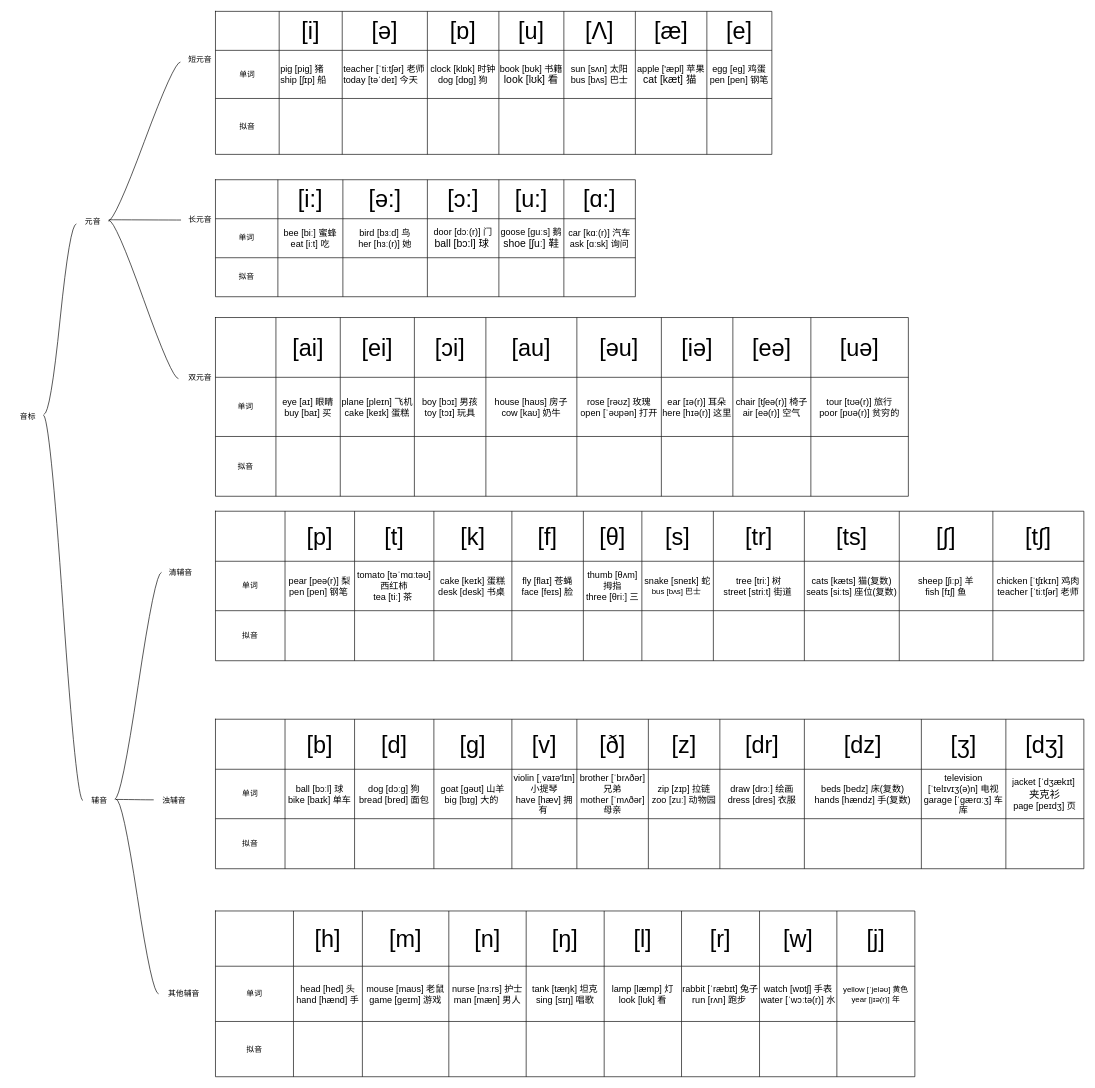
Before: page "第 2 页" (2 of 2) of 未命名表单.drawio in gituserc123/HelloWorld, a draw.io diagram. Source tidied: cells renumbered, new cells numbered last; positions are measured from the earlier drawing's top-left corner, leaving out a move shared by most shapes. Both pictures are drawn from the tidied source at 65%, with x=0, y=0 at pixel (11, 11).
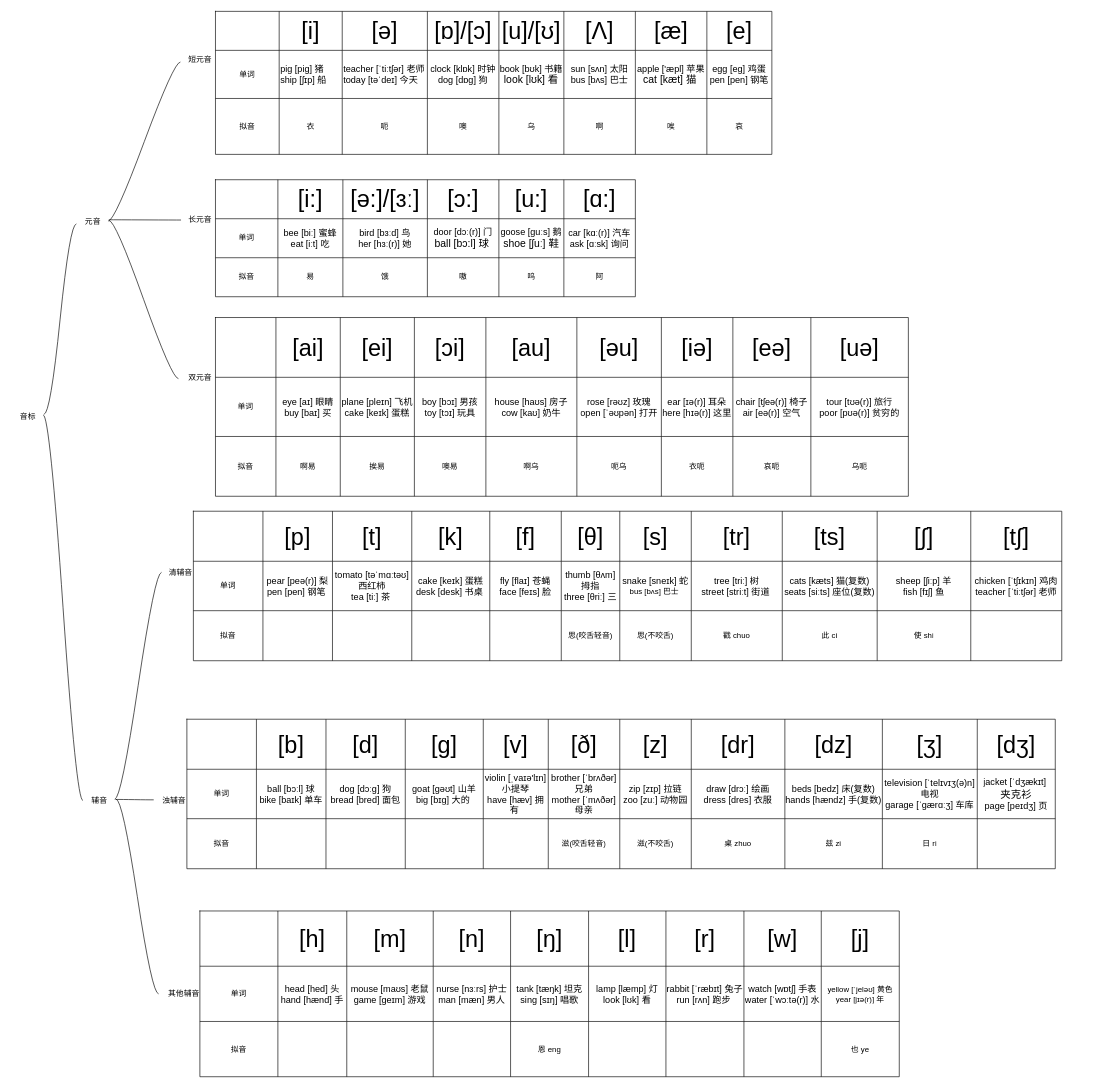
After the change.

Commit message (it also covers changes not shown here):
更新未命名表单.drawio

The change refers to these unchanged cells:
```xml
<mxCell id="15" style="shape=tableRow;horizontal=0;startSize=0;swimlaneHead=0;swimlaneBody=0;strokeColor=inherit;top=0;left=0;bottom=0;right=0;fillColor=none;" parent="14" vertex="1">
  <mxGeometry width="856" height="60" as="geometry" />
</mxCell>
<mxCell id="33" style="shape=tableRow;horizontal=0;startSize=0;swimlaneHead=0;swimlaneBody=0;strokeColor=inherit;top=0;left=0;bottom=0;right=0;fillColor=none;" parent="14" vertex="1">
  <mxGeometry y="134" width="856" height="86" as="geometry" />
</mxCell>
<mxCell id="43" style="shape=tableRow;horizontal=0;startSize=0;swimlaneHead=0;swimlaneBody=0;strokeColor=inherit;top=0;left=0;bottom=0;right=0;fillColor=none;" parent="42" vertex="1">
  <mxGeometry width="646" height="60" as="geometry" />
</mxCell>
<mxCell id="57" style="shape=tableRow;horizontal=0;startSize=0;swimlaneHead=0;swimlaneBody=0;strokeColor=inherit;top=0;left=0;bottom=0;right=0;fillColor=none;" parent="42" vertex="1">
  <mxGeometry y="120" width="646" height="60" as="geometry" />
</mxCell>
<mxCell id="85" style="shape=tableRow;horizontal=0;startSize=0;swimlaneHead=0;swimlaneBody=0;strokeColor=inherit;top=0;left=0;bottom=0;right=0;fillColor=none;" parent="64" vertex="1">
  <mxGeometry y="183" width="1066" height="92" as="geometry" />
</mxCell>
<mxCell id="120" style="shape=tableRow;horizontal=0;startSize=0;swimlaneHead=0;swimlaneBody=0;strokeColor=inherit;top=0;left=0;bottom=0;right=0;fillColor=none;" parent="95" vertex="1">
  <mxGeometry y="153" width="1336" height="77" as="geometry" />
</mxCell>
<mxCell id="138" style="shape=tableRow;horizontal=0;startSize=0;swimlaneHead=0;swimlaneBody=0;strokeColor=inherit;top=0;left=0;bottom=0;right=0;fillColor=none;" parent="137" vertex="1">
  <mxGeometry width="1336" height="77" as="geometry" />
</mxCell>
<mxCell id="150" style="shape=tableRow;horizontal=0;startSize=0;swimlaneHead=0;swimlaneBody=0;strokeColor=inherit;top=0;left=0;bottom=0;right=0;fillColor=none;" parent="137" vertex="1">
  <mxGeometry y="77" width="1336" height="76" as="geometry" />
</mxCell>
<mxCell id="162" style="shape=tableRow;horizontal=0;startSize=0;swimlaneHead=0;swimlaneBody=0;strokeColor=inherit;top=0;left=0;bottom=0;right=0;fillColor=none;" parent="137" vertex="1">
  <mxGeometry y="153" width="1336" height="77" as="geometry" />
</mxCell>
<mxCell id="195" style="shape=tableRow;horizontal=0;startSize=0;swimlaneHead=0;swimlaneBody=0;strokeColor=inherit;top=0;left=0;bottom=0;right=0;fillColor=none;" parent="174" vertex="1">
  <mxGeometry y="170" width="1076" height="85" as="geometry" />
</mxCell>
```

What changed in the source:
```diff
@@
-    <mxCell id="19" value="&lt;font style=&quot;font-size: 36px;&quot;&gt;[ɒ]&lt;/font&gt;" style="shape=partialRectangle;html=1;whiteSpace=wrap;strokeColor=inherit;overflow=hidden;fillColor=none;top=0;left=0;bottom=0;right=0;" parent="15" vertex="1">
+    <mxCell id="19" value="&lt;font style=&quot;font-size: 36px;&quot;&gt;[ɒ]/[ɔ]&lt;/font&gt;" style="shape=partialRectangle;html=1;whiteSpace=wrap;strokeColor=inherit;overflow=hidden;fillColor=none;top=0;left=0;bottom=0;right=0;" parent="15" vertex="1">
       <mxGeometry x="326" width="110" height="60" as="geometry" />
     </mxCell>
-    <mxCell id="20" value="&lt;font style=&quot;font-size: 36px;&quot;&gt;[u]&lt;/font&gt;" style="shape=partialRectangle;html=1;whiteSpace=wrap;strokeColor=inherit;overflow=hidden;fillColor=none;top=0;left=0;bottom=0;right=0;" parent="15" vertex="1">
+    <mxCell id="20" value="&lt;font style=&quot;font-size: 36px;&quot;&gt;[u]/[ʊ]&lt;/font&gt;" style="shape=partialRectangle;html=1;whiteSpace=wrap;strokeColor=inherit;overflow=hidden;fillColor=none;top=0;left=0;bottom=0;right=0;" parent="15" vertex="1">
       <mxGeometry x="436" width="100" height="60" as="geometry" />
     </mxCell>
@@
-    <mxCell id="35" style="shape=partialRectangle;html=1;whiteSpace=wrap;strokeColor=inherit;overflow=hidden;fillColor=none;top=0;left=0;bottom=0;right=0;" parent="33" vertex="1">
+    <mxCell id="35" value="衣" style="shape=partialRectangle;html=1;whiteSpace=wrap;strokeColor=inherit;overflow=hidden;fillColor=none;top=0;left=0;bottom=0;right=0;" parent="33" vertex="1">
       <mxGeometry x="98" width="97" height="86" as="geometry" />
     </mxCell>
-    <mxCell id="36" style="shape=partialRectangle;html=1;whiteSpace=wrap;strokeColor=inherit;overflow=hidden;fillColor=none;top=0;left=0;bottom=0;right=0;" parent="33" vertex="1">
+    <mxCell id="36" value="呃" style="shape=partialRectangle;html=1;whiteSpace=wrap;strokeColor=inherit;overflow=hidden;fillColor=none;top=0;left=0;bottom=0;right=0;" parent="33" vertex="1">
       <mxGeometry x="195" width="131" height="86" as="geometry" />
     </mxCell>
-    <mxCell id="37" style="shape=partialRectangle;html=1;whiteSpace=wrap;strokeColor=inherit;overflow=hidden;fillColor=none;top=0;left=0;bottom=0;right=0;" parent="33" vertex="1">
+    <mxCell id="37" value="噢" style="shape=partialRectangle;html=1;whiteSpace=wrap;strokeColor=inherit;overflow=hidden;fillColor=none;top=0;left=0;bottom=0;right=0;" parent="33" vertex="1">
       <mxGeometry x="326" width="110" height="86" as="geometry" />
     </mxCell>
-    <mxCell id="38" style="shape=partialRectangle;html=1;whiteSpace=wrap;strokeColor=inherit;overflow=hidden;fillColor=none;top=0;left=0;bottom=0;right=0;" parent="33" vertex="1">
+    <mxCell id="38" value="乌" style="shape=partialRectangle;html=1;whiteSpace=wrap;strokeColor=inherit;overflow=hidden;fillColor=none;top=0;left=0;bottom=0;right=0;" parent="33" vertex="1">
       <mxGeometry x="436" width="100" height="86" as="geometry" />
     </mxCell>
-    <mxCell id="39" style="shape=partialRectangle;html=1;whiteSpace=wrap;strokeColor=inherit;overflow=hidden;fillColor=none;top=0;left=0;bottom=0;right=0;" parent="33" vertex="1">
+    <mxCell id="39" value="啊" style="shape=partialRectangle;html=1;whiteSpace=wrap;strokeColor=inherit;overflow=hidden;fillColor=none;top=0;left=0;bottom=0;right=0;" parent="33" vertex="1">
       <mxGeometry x="536" width="110" height="86" as="geometry" />
     </mxCell>
-    <mxCell id="40" style="shape=partialRectangle;html=1;whiteSpace=wrap;strokeColor=inherit;overflow=hidden;fillColor=none;top=0;left=0;bottom=0;right=0;" parent="33" vertex="1">
+    <mxCell id="40" value="唉" style="shape=partialRectangle;html=1;whiteSpace=wrap;strokeColor=inherit;overflow=hidden;fillColor=none;top=0;left=0;bottom=0;right=0;" parent="33" vertex="1">
       <mxGeometry x="646" width="110" height="86" as="geometry" />
     </mxCell>
-    <mxCell id="41" style="shape=partialRectangle;html=1;whiteSpace=wrap;strokeColor=inherit;overflow=hidden;fillColor=none;top=0;left=0;bottom=0;right=0;" parent="33" vertex="1">
+    <mxCell id="41" value="哀" style="shape=partialRectangle;html=1;whiteSpace=wrap;strokeColor=inherit;overflow=hidden;fillColor=none;top=0;left=0;bottom=0;right=0;" parent="33" vertex="1">
       <mxGeometry x="756" width="100" height="86" as="geometry" />
     </mxCell>
@@
-    <mxCell id="46" value="&lt;font style=&quot;font-size: 36px;&quot;&gt;[ə:]&lt;/font&gt;" style="shape=partialRectangle;html=1;whiteSpace=wrap;strokeColor=inherit;overflow=hidden;fillColor=none;top=0;left=0;bottom=0;right=0;" parent="43" vertex="1">
+    <mxCell id="46" value="&lt;font style=&quot;font-size: 36px;&quot;&gt;[ə:]/[ɜː]&lt;/font&gt;" style="shape=partialRectangle;html=1;whiteSpace=wrap;strokeColor=inherit;overflow=hidden;fillColor=none;top=0;left=0;bottom=0;right=0;" parent="43" vertex="1">
       <mxGeometry x="196" width="130" height="60" as="geometry" />
     </mxCell>
@@
-    <mxCell id="59" style="shape=partialRectangle;html=1;whiteSpace=wrap;strokeColor=inherit;overflow=hidden;fillColor=none;top=0;left=0;bottom=0;right=0;" parent="57" vertex="1">
+    <mxCell id="59" value="易" style="shape=partialRectangle;html=1;whiteSpace=wrap;strokeColor=inherit;overflow=hidden;fillColor=none;top=0;left=0;bottom=0;right=0;" parent="57" vertex="1">
       <mxGeometry x="96" width="100" height="60" as="geometry" />
     </mxCell>
-    <mxCell id="60" style="shape=partialRectangle;html=1;whiteSpace=wrap;strokeColor=inherit;overflow=hidden;fillColor=none;top=0;left=0;bottom=0;right=0;" parent="57" vertex="1">
+    <mxCell id="60" value="饿" style="shape=partialRectangle;html=1;whiteSpace=wrap;strokeColor=inherit;overflow=hidden;fillColor=none;top=0;left=0;bottom=0;right=0;" parent="57" vertex="1">
       <mxGeometry x="196" width="130" height="60" as="geometry" />
     </mxCell>
-    <mxCell id="61" style="shape=partialRectangle;html=1;whiteSpace=wrap;strokeColor=inherit;overflow=hidden;fillColor=none;top=0;left=0;bottom=0;right=0;" parent="57" vertex="1">
+    <mxCell id="61" value="嗷" style="shape=partialRectangle;html=1;whiteSpace=wrap;strokeColor=inherit;overflow=hidden;fillColor=none;top=0;left=0;bottom=0;right=0;" parent="57" vertex="1">
       <mxGeometry x="326" width="110" height="60" as="geometry" />
     </mxCell>
-    <mxCell id="62" style="shape=partialRectangle;html=1;whiteSpace=wrap;strokeColor=inherit;overflow=hidden;fillColor=none;top=0;left=0;bottom=0;right=0;" parent="57" vertex="1">
+    <mxCell id="62" value="呜" style="shape=partialRectangle;html=1;whiteSpace=wrap;strokeColor=inherit;overflow=hidden;fillColor=none;top=0;left=0;bottom=0;right=0;" parent="57" vertex="1">
       <mxGeometry x="436" width="100" height="60" as="geometry" />
     </mxCell>
-    <mxCell id="63" style="shape=partialRectangle;html=1;whiteSpace=wrap;strokeColor=inherit;overflow=hidden;fillColor=none;top=0;left=0;bottom=0;right=0;" parent="57" vertex="1">
+    <mxCell id="63" value="阿" style="shape=partialRectangle;html=1;whiteSpace=wrap;strokeColor=inherit;overflow=hidden;fillColor=none;top=0;left=0;bottom=0;right=0;" parent="57" vertex="1">
       <mxGeometry x="536" width="110" height="60" as="geometry" />
     </mxCell>
@@
-    <mxCell id="87" style="shape=partialRectangle;html=1;whiteSpace=wrap;strokeColor=inherit;overflow=hidden;fillColor=none;top=0;left=0;bottom=0;right=0;" parent="85" vertex="1">
+    <mxCell id="87" value="啊易" style="shape=partialRectangle;html=1;whiteSpace=wrap;strokeColor=inherit;overflow=hidden;fillColor=none;top=0;left=0;bottom=0;right=0;" parent="85" vertex="1">
       <mxGeometry x="93" width="99" height="92" as="geometry" />
     </mxCell>
-    <mxCell id="88" style="shape=partialRectangle;html=1;whiteSpace=wrap;strokeColor=inherit;overflow=hidden;fillColor=none;top=0;left=0;bottom=0;right=0;" parent="85" vertex="1">
+    <mxCell id="88" value="挨易" style="shape=partialRectangle;html=1;whiteSpace=wrap;strokeColor=inherit;overflow=hidden;fillColor=none;top=0;left=0;bottom=0;right=0;" parent="85" vertex="1">
       <mxGeometry x="192" width="114" height="92" as="geometry" />
     </mxCell>
-    <mxCell id="89" style="shape=partialRectangle;html=1;whiteSpace=wrap;strokeColor=inherit;overflow=hidden;fillColor=none;top=0;left=0;bottom=0;right=0;" parent="85" vertex="1">
+    <mxCell id="89" value="噢易" style="shape=partialRectangle;html=1;whiteSpace=wrap;strokeColor=inherit;overflow=hidden;fillColor=none;top=0;left=0;bottom=0;right=0;" parent="85" vertex="1">
       <mxGeometry x="306" width="110" height="92" as="geometry" />
     </mxCell>
-    <mxCell id="90" style="shape=partialRectangle;html=1;whiteSpace=wrap;strokeColor=inherit;overflow=hidden;fillColor=none;top=0;left=0;bottom=0;right=0;" parent="85" vertex="1">
+    <mxCell id="90" value="啊乌" style="shape=partialRectangle;html=1;whiteSpace=wrap;strokeColor=inherit;overflow=hidden;fillColor=none;top=0;left=0;bottom=0;right=0;" parent="85" vertex="1">
       <mxGeometry x="416" width="140" height="92" as="geometry" />
     </mxCell>
-    <mxCell id="91" style="shape=partialRectangle;html=1;whiteSpace=wrap;strokeColor=inherit;overflow=hidden;fillColor=none;top=0;left=0;bottom=0;right=0;" parent="85" vertex="1">
+    <mxCell id="91" value="呃乌" style="shape=partialRectangle;html=1;whiteSpace=wrap;strokeColor=inherit;overflow=hidden;fillColor=none;top=0;left=0;bottom=0;right=0;" parent="85" vertex="1">
       <mxGeometry x="556" width="130" height="92" as="geometry" />
     </mxCell>
-    <mxCell id="92" style="shape=partialRectangle;html=1;whiteSpace=wrap;strokeColor=inherit;overflow=hidden;fillColor=none;top=0;left=0;bottom=0;right=0;" parent="85" vertex="1">
+    <mxCell id="92" value="衣呃" style="shape=partialRectangle;html=1;whiteSpace=wrap;strokeColor=inherit;overflow=hidden;fillColor=none;top=0;left=0;bottom=0;right=0;" parent="85" vertex="1">
       <mxGeometry x="686" width="110" height="92" as="geometry" />
     </mxCell>
-    <mxCell id="93" style="shape=partialRectangle;html=1;whiteSpace=wrap;strokeColor=inherit;overflow=hidden;fillColor=none;top=0;left=0;bottom=0;right=0;" parent="85" vertex="1">
+    <mxCell id="93" value="哀呃" style="shape=partialRectangle;html=1;whiteSpace=wrap;strokeColor=inherit;overflow=hidden;fillColor=none;top=0;left=0;bottom=0;right=0;" parent="85" vertex="1">
       <mxGeometry x="796" width="120" height="92" as="geometry" />
     </mxCell>
-    <mxCell id="94" style="shape=partialRectangle;html=1;whiteSpace=wrap;strokeColor=inherit;overflow=hidden;fillColor=none;top=0;left=0;bottom=0;right=0;" parent="85" vertex="1">
+    <mxCell id="94" value="乌呃" style="shape=partialRectangle;html=1;whiteSpace=wrap;strokeColor=inherit;overflow=hidden;fillColor=none;top=0;left=0;bottom=0;right=0;" parent="85" vertex="1">
       <mxGeometry x="916" width="150" height="92" as="geometry" />
     </mxCell>
     <mxCell id="95" style="shape=table;startSize=0;childLayout=tableLayout;" parent="1" vertex="1">
-      <mxGeometry x="314" y="769" width="1336" height="230" as="geometry" />
+      <mxGeometry x="280" y="769" width="1336" height="230" as="geometry" />
     </mxCell>
@@
-    <mxCell id="126" style="shape=partialRectangle;html=1;whiteSpace=wrap;strokeColor=inherit;overflow=hidden;fillColor=none;top=0;left=0;bottom=0;right=0;" parent="120" vertex="1">
+    <mxCell id="126" value="思(咬舌轻音)" style="shape=partialRectangle;html=1;whiteSpace=wrap;strokeColor=inherit;overflow=hidden;fillColor=none;top=0;left=0;bottom=0;right=0;" parent="120" vertex="1">
       <mxGeometry x="566" width="90" height="77" as="geometry" />
     </mxCell>
-    <mxCell id="127" style="shape=partialRectangle;html=1;whiteSpace=wrap;strokeColor=inherit;overflow=hidden;fillColor=none;top=0;left=0;bottom=0;right=0;" parent="120" vertex="1">
+    <mxCell id="127" value="思(不咬舌)" style="shape=partialRectangle;html=1;whiteSpace=wrap;strokeColor=inherit;overflow=hidden;fillColor=none;top=0;left=0;bottom=0;right=0;" parent="120" vertex="1">
       <mxGeometry x="656" width="110" height="77" as="geometry" />
     </mxCell>
-    <mxCell id="128" style="shape=partialRectangle;html=1;whiteSpace=wrap;strokeColor=inherit;overflow=hidden;fillColor=none;top=0;left=0;bottom=0;right=0;" parent="120" vertex="1">
+    <mxCell id="128" value="戳 chuo" style="shape=partialRectangle;html=1;whiteSpace=wrap;strokeColor=inherit;overflow=hidden;fillColor=none;top=0;left=0;bottom=0;right=0;" parent="120" vertex="1">
       <mxGeometry x="766" width="140" height="77" as="geometry" />
     </mxCell>
-    <mxCell id="129" style="shape=partialRectangle;html=1;whiteSpace=wrap;strokeColor=inherit;overflow=hidden;fillColor=none;top=0;left=0;bottom=0;right=0;" parent="120" vertex="1">
+    <mxCell id="129" value="此 ci" style="shape=partialRectangle;html=1;whiteSpace=wrap;strokeColor=inherit;overflow=hidden;fillColor=none;top=0;left=0;bottom=0;right=0;" parent="120" vertex="1">
       <mxGeometry x="906" width="146" height="77" as="geometry" />
     </mxCell>
-    <mxCell id="130" style="shape=partialRectangle;html=1;whiteSpace=wrap;strokeColor=inherit;overflow=hidden;fillColor=none;top=0;left=0;bottom=0;right=0;" parent="120" vertex="1">
+    <mxCell id="130" value="使 shi" style="shape=partialRectangle;html=1;whiteSpace=wrap;strokeColor=inherit;overflow=hidden;fillColor=none;top=0;left=0;bottom=0;right=0;" parent="120" vertex="1">
       <mxGeometry x="1052" width="144" height="77" as="geometry" />
     </mxCell>
@@
     <mxCell id="137" style="shape=table;startSize=0;childLayout=tableLayout;" parent="1" vertex="1">
-      <mxGeometry x="314" y="1089" width="1336" height="230" as="geometry" />
+      <mxGeometry x="270" y="1089" width="1336" height="230" as="geometry" />
     </mxCell>
@@
     <mxCell id="146" value="&lt;font style=&quot;font-size: 36px;&quot;&gt;[dr]&lt;/font&gt;" style="shape=partialRectangle;html=1;whiteSpace=wrap;strokeColor=inherit;overflow=hidden;fillColor=none;top=0;left=0;bottom=0;right=0;" parent="138" vertex="1">
-      <mxGeometry x="776" width="130" height="77" as="geometry" />
+      <mxGeometry x="776" width="144" height="77" as="geometry" />
     </mxCell>
     <mxCell id="147" value="&lt;font style=&quot;font-size: 36px;&quot;&gt;[dz]&lt;/font&gt;" style="shape=partialRectangle;html=1;whiteSpace=wrap;strokeColor=inherit;overflow=hidden;fillColor=none;top=0;left=0;bottom=0;right=0;" parent="138" vertex="1">
-      <mxGeometry x="906" width="180" height="77" as="geometry" />
+      <mxGeometry x="920" width="150" height="77" as="geometry" />
     </mxCell>
     <mxCell id="148" value="&lt;font style=&quot;font-size: 36px;&quot;&gt;[ʒ]&lt;/font&gt;" style="shape=partialRectangle;html=1;whiteSpace=wrap;strokeColor=inherit;overflow=hidden;fillColor=none;top=0;left=0;bottom=0;right=0;" parent="138" vertex="1">
-      <mxGeometry x="1086" width="130" height="77" as="geometry" />
+      <mxGeometry x="1070" width="146" height="77" as="geometry" />
     </mxCell>
@@
     <mxCell id="158" value="&lt;div&gt;&lt;font style=&quot;font-size: 14px;&quot;&gt;draw [drɔː] 绘画&lt;/font&gt;&lt;/div&gt;&lt;div&gt;&lt;font style=&quot;font-size: 14px;&quot;&gt;dress [dres] 衣服&lt;/font&gt;&lt;/div&gt;" style="shape=partialRectangle;html=1;whiteSpace=wrap;strokeColor=inherit;overflow=hidden;fillColor=none;top=0;left=0;bottom=0;right=0;" parent="150" vertex="1">
-      <mxGeometry x="776" width="130" height="76" as="geometry" />
+      <mxGeometry x="776" width="144" height="76" as="geometry" />
     </mxCell>
     <mxCell id="159" value="&lt;div&gt;&lt;font style=&quot;font-size: 14px;&quot;&gt;beds [bedz] 床(复数)&lt;/font&gt;&lt;/div&gt;&lt;div&gt;&lt;font style=&quot;font-size: 14px;&quot;&gt;hands [hændz] 手(复数)&lt;/font&gt;&lt;/div&gt;" style="shape=partialRectangle;html=1;whiteSpace=wrap;strokeColor=inherit;overflow=hidden;fillColor=none;top=0;left=0;bottom=0;right=0;" parent="150" vertex="1">
-      <mxGeometry x="906" width="180" height="76" as="geometry" />
+      <mxGeometry x="920" width="150" height="76" as="geometry" />
     </mxCell>
     <mxCell id="160" value="&lt;div&gt;&lt;font style=&quot;font-size: 14px;&quot;&gt;television [ˈtelɪvɪʒ(ə)n] 电视&lt;/font&gt;&lt;/div&gt;&lt;div&gt;&lt;font style=&quot;font-size: 14px;&quot;&gt;garage [ˈɡærɑːʒ] 车库&lt;/font&gt;&lt;/div&gt;" style="shape=partialRectangle;html=1;whiteSpace=wrap;strokeColor=inherit;overflow=hidden;fillColor=none;top=0;left=0;bottom=0;right=0;" parent="150" vertex="1">
-      <mxGeometry x="1086" width="130" height="76" as="geometry" />
+      <mxGeometry x="1070" width="146" height="76" as="geometry" />
     </mxCell>
@@
-    <mxCell id="168" style="shape=partialRectangle;html=1;whiteSpace=wrap;strokeColor=inherit;overflow=hidden;fillColor=none;top=0;left=0;bottom=0;right=0;" parent="162" vertex="1">
+    <mxCell id="168" value="滋(咬舌轻音)" style="shape=partialRectangle;html=1;whiteSpace=wrap;strokeColor=inherit;overflow=hidden;fillColor=none;top=0;left=0;bottom=0;right=0;" parent="162" vertex="1">
       <mxGeometry x="556" width="110" height="77" as="geometry" />
     </mxCell>
-    <mxCell id="169" style="shape=partialRectangle;html=1;whiteSpace=wrap;strokeColor=inherit;overflow=hidden;fillColor=none;top=0;left=0;bottom=0;right=0;" parent="162" vertex="1">
+    <mxCell id="169" value="滋(不咬舌)" style="shape=partialRectangle;html=1;whiteSpace=wrap;strokeColor=inherit;overflow=hidden;fillColor=none;top=0;left=0;bottom=0;right=0;" parent="162" vertex="1">
       <mxGeometry x="666" width="110" height="77" as="geometry" />
     </mxCell>
-    <mxCell id="170" style="shape=partialRectangle;html=1;whiteSpace=wrap;strokeColor=inherit;overflow=hidden;fillColor=none;top=0;left=0;bottom=0;right=0;" parent="162" vertex="1">
-      <mxGeometry x="776" width="130" height="77" as="geometry" />
+    <mxCell id="170" value="桌 zhuo" style="shape=partialRectangle;html=1;whiteSpace=wrap;strokeColor=inherit;overflow=hidden;fillColor=none;top=0;left=0;bottom=0;right=0;" parent="162" vertex="1">
+      <mxGeometry x="776" width="144" height="77" as="geometry" />
     </mxCell>
-    <mxCell id="171" style="shape=partialRectangle;html=1;whiteSpace=wrap;strokeColor=inherit;overflow=hidden;fillColor=none;top=0;left=0;bottom=0;right=0;" parent="162" vertex="1">
-      <mxGeometry x="906" width="180" height="77" as="geometry" />
+    <mxCell id="171" value="兹 zi" style="shape=partialRectangle;html=1;whiteSpace=wrap;strokeColor=inherit;overflow=hidden;fillColor=none;top=0;left=0;bottom=0;right=0;" parent="162" vertex="1">
+      <mxGeometry x="920" width="150" height="77" as="geometry" />
     </mxCell>
-    <mxCell id="172" style="shape=partialRectangle;html=1;whiteSpace=wrap;strokeColor=inherit;overflow=hidden;fillColor=none;top=0;left=0;bottom=0;right=0;" parent="162" vertex="1">
-      <mxGeometry x="1086" width="130" height="77" as="geometry" />
+    <mxCell id="172" value="日 ri" style="shape=partialRectangle;html=1;whiteSpace=wrap;strokeColor=inherit;overflow=hidden;fillColor=none;top=0;left=0;bottom=0;right=0;" parent="162" vertex="1">
+      <mxGeometry x="1070" width="146" height="77" as="geometry" />
     </mxCell>
@@
     <mxCell id="174" style="shape=table;startSize=0;childLayout=tableLayout;" parent="1" vertex="1">
-      <mxGeometry x="314" y="1384" width="1076" height="255" as="geometry" />
+      <mxGeometry x="290" y="1384" width="1076" height="255" as="geometry" />
     </mxCell>
@@
-    <mxCell id="200" style="shape=partialRectangle;html=1;whiteSpace=wrap;strokeColor=inherit;overflow=hidden;fillColor=none;top=0;left=0;bottom=0;right=0;" parent="195" vertex="1">
+    <mxCell id="200" value="恩 eng" style="shape=partialRectangle;html=1;whiteSpace=wrap;strokeColor=inherit;overflow=hidden;fillColor=none;top=0;left=0;bottom=0;right=0;" parent="195" vertex="1">
       <mxGeometry x="478" width="120" height="85" as="geometry" />
     </mxCell>
@@
-    <mxCell id="204" style="shape=partialRectangle;html=1;whiteSpace=wrap;strokeColor=inherit;overflow=hidden;fillColor=none;top=0;left=0;bottom=0;right=0;" parent="195" vertex="1">
+    <mxCell id="204" value="也 ye" style="shape=partialRectangle;html=1;whiteSpace=wrap;strokeColor=inherit;overflow=hidden;fillColor=none;top=0;left=0;bottom=0;right=0;" parent="195" vertex="1">
       <mxGeometry x="956" width="120" height="85" as="geometry" />
     </mxCell>
```
